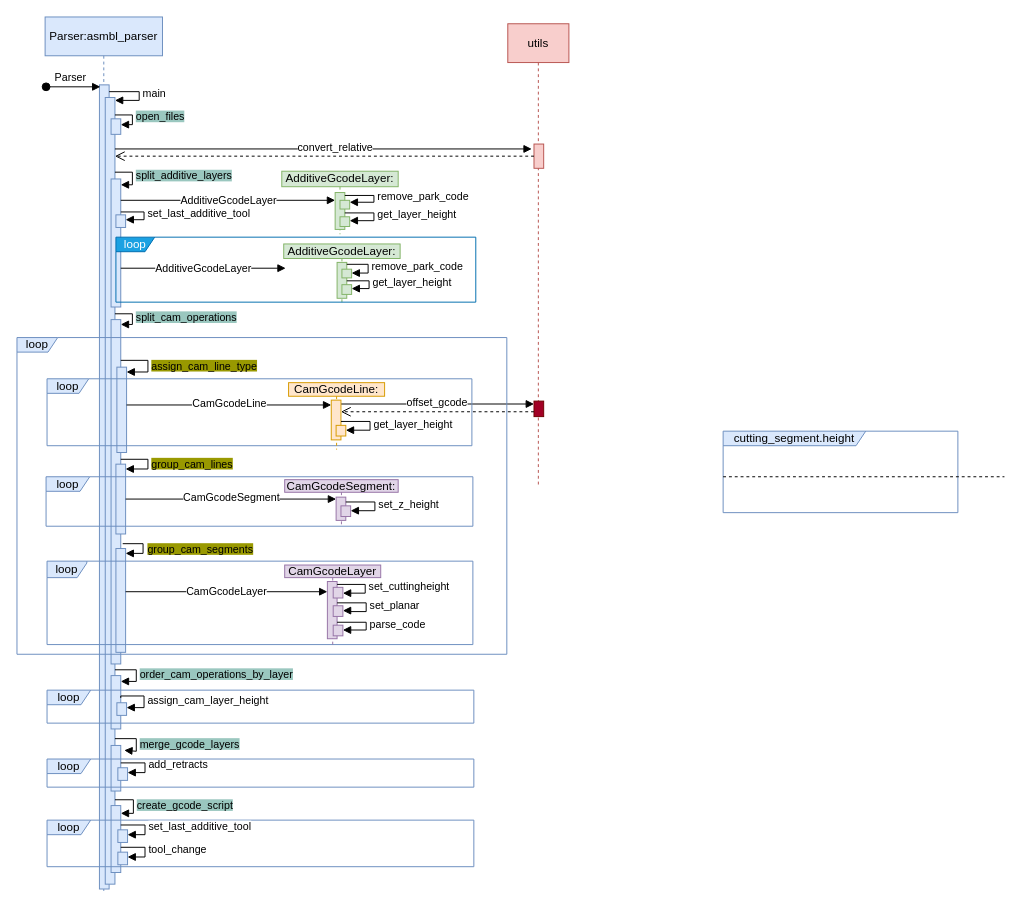
Earlier version of the draw.io diagram docs/UML/SquenceDiagram-1.drawio (cjlux/ASMBL). Source tidied: cells renumbered, new cells numbered last; positions are measured from the earlier drawing's top-left corner, leaving out a move shared by most shapes. Both pictures are drawn from the tidied source at 97%, with x=0, y=0 at pixel (16, 16).
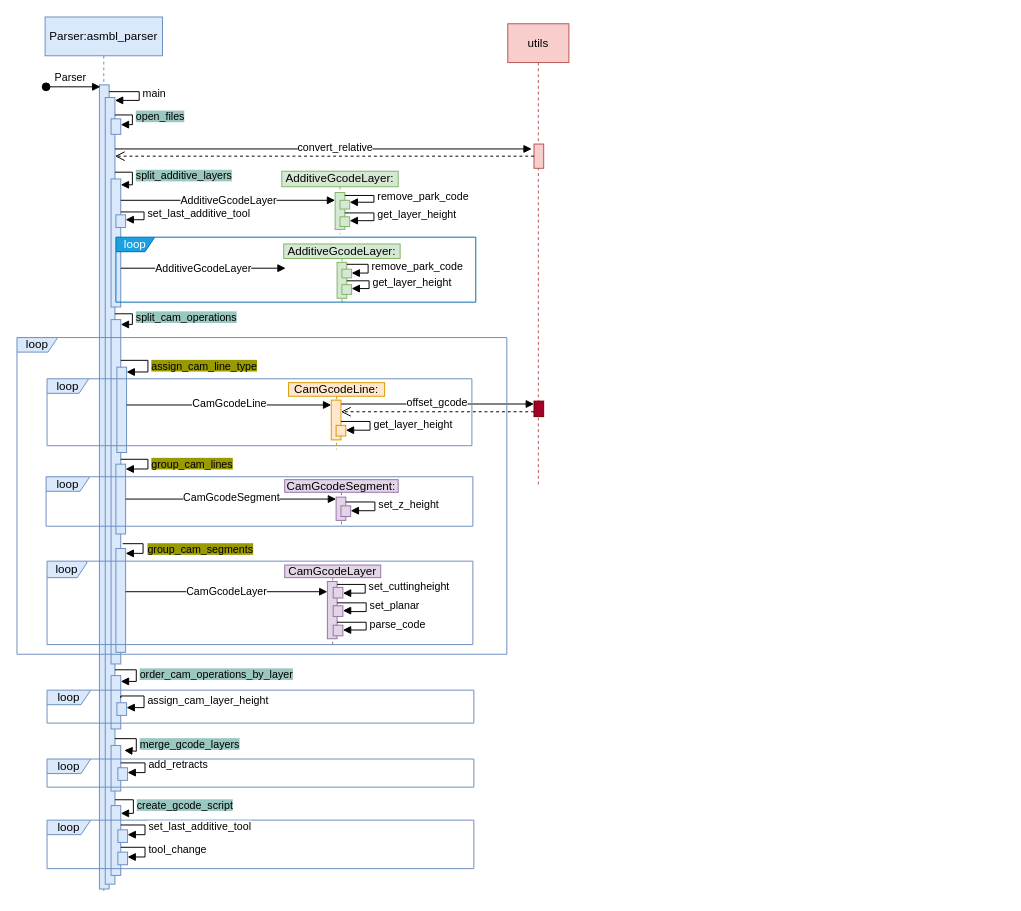
The same diagram, later.

Commit message (it also covers changes not shown here):
Mettre à jour SquenceDiagram-1.drawio

The change refers to these unchanged cells:
```xml
<mxCell id="2" value="&lt;div&gt;Parser:asmbl_parser&lt;/div&gt;" style="shape=umlLifeline;perimeter=lifelinePerimeter;whiteSpace=wrap;html=1;newEdgeStyle={&quot;edgeStyle&quot;:&quot;elbowEdgeStyle&quot;,&quot;elbow&quot;:&quot;vertical&quot;,&quot;curved&quot;:0,&quot;rounded&quot;:0};fillColor=#dae8fc;strokeColor=#6c8ebf;" parent="1" vertex="1">
  <mxGeometry x="29" width="121" height="904" as="geometry" />
</mxCell>
```

Change to the diagram source:
```diff
@@
     <mxCell id="22" style="html=1;points=[[0,0,0,0,5],[0,1,0,0,-5],[1,0,0,0,5],[1,1,0,0,-5]];perimeter=orthogonalPerimeter;outlineConnect=0;targetShapes=umlLifeline;portConstraint=eastwest;newEdgeStyle={&quot;curved&quot;:0,&quot;rounded&quot;:0};fillColor=#dae8fc;strokeColor=#6c8ebf;" parent="2" vertex="1">
-      <mxGeometry x="68" y="813" width="10" height="69" as="geometry" />
+      <mxGeometry x="68" y="813" width="10" height="72" as="geometry" />
     </mxCell>
@@
-    <mxCell id="68" value="cutting_segment.height" style="shape=umlFrame;whiteSpace=wrap;html=1;width=147;height=15;fillColor=#dae8fc;strokeColor=#6c8ebf;" parent="1" vertex="1">
-      <mxGeometry x="728" y="427" width="242" height="84" as="geometry" />
-    </mxCell>
-    <mxCell id="69" style="line;strokeWidth=1;dashed=1;labelPosition=center;verticalLabelPosition=bottom;align=left;verticalAlign=top;spacingLeft=20;spacingTop=15;html=1;whiteSpace=wrap;" parent="68" vertex="1">
-      <mxGeometry y="42" width="290" height="10" as="geometry" />
-    </mxCell>
@@
     <mxCell id="81" value="loop" style="shape=umlFrame;whiteSpace=wrap;html=1;width=45;height=15;fillColor=#dae8fc;strokeColor=#6c8ebf;" parent="1" vertex="1">
-      <mxGeometry x="31" y="828" width="440" height="48" as="geometry" />
+      <mxGeometry x="31" y="828" width="440" height="50" as="geometry" />
     </mxCell>
```
